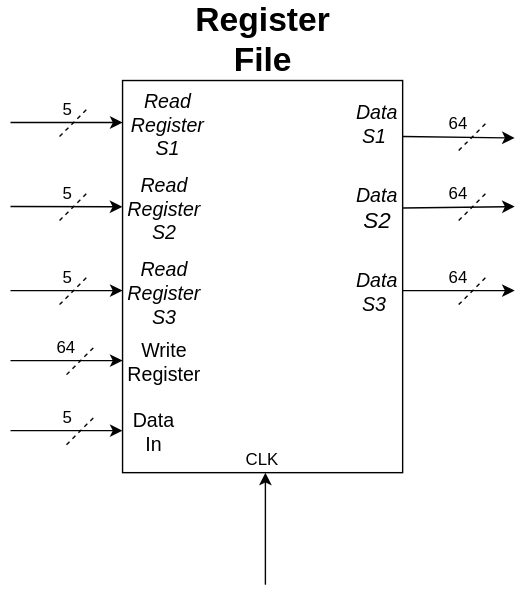
This is Block_Diagrams_Schematic/Register_File/Register_File.svg from WilmerSuarez/Multimedia_Processor_ESE345, a draw.io export, as it was before one commit. Source tidied: cells renumbered, new cells last; positions are measured from the earlier drawing's top-left corner, leaving out a move shared by most shapes. Its diagram source:
```xml
<mxGraphModel background="#ffffff">
  <root>
    <mxCell id="0" />
    <mxCell id="1" parent="0" />
    <mxCell id="2" style="rounded=0;whiteSpace=wrap;html=1;" parent="1" vertex="1">
      <mxGeometry x="80" y="40" width="200" height="280" as="geometry" />
    </mxCell>
    <mxCell id="3" value="&lt;i&gt;&lt;font style=&quot;font-size: 14px&quot;&gt;Read Register S1&lt;/font&gt;&lt;/i&gt;" style="text;html=1;strokeColor=none;fillColor=none;align=center;verticalAlign=middle;whiteSpace=wrap;rounded=0;" parent="1" vertex="1">
      <mxGeometry x="85" y="60" width="55" height="20" as="geometry" />
    </mxCell>
    <mxCell id="4" value="&lt;b&gt;&lt;font style=&quot;font-size: 24px&quot;&gt;Register File&lt;/font&gt;&lt;/b&gt;" style="text;html=1;strokeColor=none;fillColor=none;align=center;verticalAlign=middle;whiteSpace=wrap;rounded=0;" parent="1" vertex="1">
      <mxGeometry x="140" width="80" height="20" as="geometry" />
    </mxCell>
    <mxCell id="5" value="&lt;i&gt;&lt;font style=&quot;font-size: 14px&quot;&gt;Read Register S2&lt;/font&gt;&lt;/i&gt;" style="text;html=1;strokeColor=none;fillColor=none;align=center;verticalAlign=middle;whiteSpace=wrap;rounded=0;" parent="1" vertex="1">
      <mxGeometry x="80" y="120" width="60" height="20" as="geometry" />
    </mxCell>
    <mxCell id="6" value="&lt;i&gt;&lt;font style=&quot;font-size: 14px&quot;&gt;Read Register S3&lt;/font&gt;&lt;/i&gt;" style="text;html=1;strokeColor=none;fillColor=none;align=center;verticalAlign=middle;whiteSpace=wrap;rounded=0;" parent="1" vertex="1">
      <mxGeometry x="80" y="180" width="60" height="20" as="geometry" />
    </mxCell>
    <mxCell id="7" value="&lt;i&gt;&lt;font style=&quot;font-size: 14px&quot;&gt;&amp;nbsp;Data S1&lt;/font&gt;&lt;/i&gt;" style="text;html=1;strokeColor=none;fillColor=none;align=center;verticalAlign=middle;whiteSpace=wrap;rounded=0;" parent="1" vertex="1">
      <mxGeometry x="240" y="60" width="40" height="20" as="geometry" />
    </mxCell>
    <mxCell id="8" value="&lt;i&gt;&lt;font style=&quot;font-size: 14px&quot;&gt;&amp;nbsp;Data&lt;/font&gt;&lt;/i&gt;&lt;div&gt;&lt;i&gt;&lt;font size=&quot;3&quot;&gt;&amp;nbsp;S2&lt;/font&gt;&lt;/i&gt;&lt;/div&gt;" style="text;html=1;strokeColor=none;fillColor=none;align=center;verticalAlign=middle;whiteSpace=wrap;rounded=0;" parent="1" vertex="1">
      <mxGeometry x="240" y="120" width="40" height="20" as="geometry" />
    </mxCell>
    <mxCell id="9" value="&lt;i&gt;&lt;font style=&quot;font-size: 14px&quot;&gt;&amp;nbsp;Data S3&lt;/font&gt;&lt;/i&gt;" style="text;html=1;strokeColor=none;fillColor=none;align=center;verticalAlign=middle;whiteSpace=wrap;rounded=0;" parent="1" vertex="1">
      <mxGeometry x="240" y="180" width="40" height="20" as="geometry" />
    </mxCell>
    <mxCell id="10" value="&lt;font style=&quot;font-size: 14px&quot;&gt;Write Register&lt;/font&gt;" style="text;html=1;strokeColor=none;fillColor=none;align=center;verticalAlign=middle;whiteSpace=wrap;rounded=0;" parent="1" vertex="1">
      <mxGeometry x="80" y="230" width="60" height="20" as="geometry" />
    </mxCell>
    <mxCell id="11" style="edgeStyle=orthogonalEdgeStyle;rounded=0;html=1;exitX=0.5;exitY=1;entryX=0.5;entryY=1;jettySize=auto;orthogonalLoop=1;strokeColor=#030303;" parent="1" edge="1" source="2" target="2">
      <mxGeometry relative="1" as="geometry" />
    </mxCell>
    <mxCell id="12" value="&lt;font style=&quot;font-size: 14px&quot;&gt;Data In&lt;/font&gt;" style="text;html=1;strokeColor=none;fillColor=none;align=center;verticalAlign=middle;whiteSpace=wrap;rounded=0;" parent="1" vertex="1">
      <mxGeometry x="85" y="280" width="35" height="20" as="geometry" />
    </mxCell>
    <mxCell id="13" value="CLK" style="text;html=1;strokeColor=none;fillColor=none;align=center;verticalAlign=middle;whiteSpace=wrap;rounded=0;" parent="1" vertex="1">
      <mxGeometry x="160" y="300" width="40" height="20" as="geometry" />
    </mxCell>
    <mxCell id="14" style="endArrow=none;dashed=1;html=1;strokeColor=#030303;" parent="1" edge="1">
      <mxGeometry relative="1" as="geometry">
        <mxPoint x="35" y="80" as="sourcePoint" />
        <mxPoint x="55" y="60" as="targetPoint" />
      </mxGeometry>
    </mxCell>
    <mxCell id="15" value="5" style="text;html=1;strokeColor=none;fillColor=none;align=center;verticalAlign=middle;whiteSpace=wrap;rounded=0;" parent="1" vertex="1">
      <mxGeometry x="20" y="50" width="40" height="20" as="geometry" />
    </mxCell>
    <mxCell id="16" value="64" style="text;html=1;strokeColor=none;fillColor=none;align=center;verticalAlign=middle;whiteSpace=wrap;rounded=0;" parent="1" vertex="1">
      <mxGeometry x="300" y="60" width="40" height="20" as="geometry" />
    </mxCell>
    <mxCell id="17" value="64" style="text;html=1;strokeColor=none;fillColor=none;align=center;verticalAlign=middle;whiteSpace=wrap;rounded=0;" parent="1" vertex="1">
      <mxGeometry x="300" y="110" width="40" height="20" as="geometry" />
    </mxCell>
    <mxCell id="18" value="64" style="text;html=1;strokeColor=none;fillColor=none;align=center;verticalAlign=middle;whiteSpace=wrap;rounded=0;" parent="1" vertex="1">
      <mxGeometry x="300" y="170" width="40" height="20" as="geometry" />
    </mxCell>
    <mxCell id="19" style="endArrow=none;dashed=1;html=1;strokeColor=#030303;" parent="1" edge="1">
      <mxGeometry relative="1" as="geometry">
        <mxPoint x="320" y="200" as="sourcePoint" />
        <mxPoint x="340" y="180" as="targetPoint" />
      </mxGeometry>
    </mxCell>
    <mxCell id="20" style="endArrow=none;dashed=1;html=1;strokeColor=#030303;" parent="1" edge="1">
      <mxGeometry relative="1" as="geometry">
        <mxPoint x="320" y="140" as="sourcePoint" />
        <mxPoint x="340" y="120" as="targetPoint" />
      </mxGeometry>
    </mxCell>
    <mxCell id="21" style="endArrow=none;dashed=1;html=1;strokeColor=#030303;" parent="1" edge="1">
      <mxGeometry relative="1" as="geometry">
        <mxPoint x="320" y="90" as="sourcePoint" />
        <mxPoint x="340" y="70" as="targetPoint" />
      </mxGeometry>
    </mxCell>
    <mxCell id="22" style="endArrow=classic;html=1;strokeColor=#030303;" parent="1" edge="1">
      <mxGeometry relative="1" as="geometry">
        <mxPoint x="182" y="400" as="sourcePoint" />
        <mxPoint x="182" y="320" as="targetPoint" />
      </mxGeometry>
    </mxCell>
    <mxCell id="23" style="endArrow=classic;html=1;strokeColor=#030303;entryX=0;entryY=0.107;entryPerimeter=0;" parent="1" edge="1" target="2">
      <mxGeometry relative="1" as="geometry">
        <mxPoint y="70" as="sourcePoint" />
      </mxGeometry>
    </mxCell>
    <mxCell id="24" style="endArrow=none;dashed=1;html=1;strokeColor=#030303;" parent="1" edge="1">
      <mxGeometry relative="1" as="geometry">
        <mxPoint x="35" y="140" as="sourcePoint" />
        <mxPoint x="55" y="120" as="targetPoint" />
      </mxGeometry>
    </mxCell>
    <mxCell id="25" value="5" style="text;html=1;strokeColor=none;fillColor=none;align=center;verticalAlign=middle;whiteSpace=wrap;rounded=0;" parent="1" vertex="1">
      <mxGeometry x="20" y="110" width="40" height="20" as="geometry" />
    </mxCell>
    <mxCell id="26" style="endArrow=classic;html=1;strokeColor=#030303;entryX=0;entryY=0.25;" parent="1" edge="1">
      <mxGeometry relative="1" as="geometry">
        <mxPoint y="130" as="sourcePoint" />
        <mxPoint x="79.9" y="130.1" as="targetPoint" />
      </mxGeometry>
    </mxCell>
    <mxCell id="27" style="endArrow=none;dashed=1;html=1;strokeColor=#030303;" parent="1" edge="1">
      <mxGeometry relative="1" as="geometry">
        <mxPoint x="35" y="200" as="sourcePoint" />
        <mxPoint x="55" y="180" as="targetPoint" />
      </mxGeometry>
    </mxCell>
    <mxCell id="28" value="5" style="text;html=1;strokeColor=none;fillColor=none;align=center;verticalAlign=middle;whiteSpace=wrap;rounded=0;" parent="1" vertex="1">
      <mxGeometry x="20" y="170" width="40" height="20" as="geometry" />
    </mxCell>
    <mxCell id="29" style="endArrow=classic;html=1;strokeColor=#030303;entryX=0;entryY=0.5;" parent="1" edge="1" target="6">
      <mxGeometry relative="1" as="geometry">
        <mxPoint y="190" as="sourcePoint" />
      </mxGeometry>
    </mxCell>
    <mxCell id="30" value="5" style="text;html=1;strokeColor=none;fillColor=none;align=center;verticalAlign=middle;whiteSpace=wrap;rounded=0;" parent="1" vertex="1">
      <mxGeometry x="20" y="270" width="40" height="20" as="geometry" />
    </mxCell>
    <mxCell id="31" style="endArrow=classic;html=1;strokeColor=#030303;entryX=0;entryY=0.5;" parent="1" edge="1" target="10">
      <mxGeometry relative="1" as="geometry">
        <mxPoint y="240" as="sourcePoint" />
      </mxGeometry>
    </mxCell>
    <mxCell id="32" style="endArrow=classic;html=1;strokeColor=#030303;" parent="1" edge="1">
      <mxGeometry relative="1" as="geometry">
        <mxPoint y="290" as="sourcePoint" />
        <mxPoint x="80" y="290" as="targetPoint" />
      </mxGeometry>
    </mxCell>
    <mxCell id="33" style="endArrow=none;dashed=1;html=1;strokeColor=#030303;" parent="1" edge="1">
      <mxGeometry relative="1" as="geometry">
        <mxPoint x="40" y="300" as="sourcePoint" />
        <mxPoint x="60" y="280" as="targetPoint" />
      </mxGeometry>
    </mxCell>
    <mxCell id="34" value="64" style="text;html=1;strokeColor=none;fillColor=none;align=center;verticalAlign=middle;whiteSpace=wrap;rounded=0;" parent="1" vertex="1">
      <mxGeometry x="20" y="220" width="40" height="20" as="geometry" />
    </mxCell>
    <mxCell id="35" style="endArrow=none;dashed=1;html=1;strokeColor=#030303;" parent="1" edge="1">
      <mxGeometry relative="1" as="geometry">
        <mxPoint x="40" y="250" as="sourcePoint" />
        <mxPoint x="60" y="230" as="targetPoint" />
      </mxGeometry>
    </mxCell>
    <mxCell id="36" style="endArrow=classic;html=1;strokeColor=#030303;" parent="1" edge="1">
      <mxGeometry relative="1" as="geometry">
        <mxPoint x="280" y="131" as="sourcePoint" />
        <mxPoint x="360" y="130" as="targetPoint" />
      </mxGeometry>
    </mxCell>
    <mxCell id="37" style="endArrow=classic;html=1;strokeColor=#030303;" parent="1" edge="1">
      <mxGeometry relative="1" as="geometry">
        <mxPoint x="280" y="190" as="sourcePoint" />
        <mxPoint x="360" y="190" as="targetPoint" />
      </mxGeometry>
    </mxCell>
    <mxCell id="38" style="edgeStyle=none;shape=arrow;rounded=0;html=1;exitX=0.5;exitY=0;entryX=0.5;entryY=0;shadow=0;jettySize=auto;orthogonalLoop=1;strokeColor=#030303;fillColor=#000099;" parent="1" edge="1" source="7" target="7">
      <mxGeometry relative="1" as="geometry" />
    </mxCell>
    <mxCell id="39" style="endArrow=classic;html=1;shadow=0;strokeColor=#030303;fillColor=#000099;exitX=0.99;exitY=1.03;exitPerimeter=0;" parent="1" edge="1" source="7">
      <mxGeometry relative="1" as="geometry">
        <mxPoint x="360" y="81" as="targetPoint" />
      </mxGeometry>
    </mxCell>
  </root>
</mxGraphModel>
```
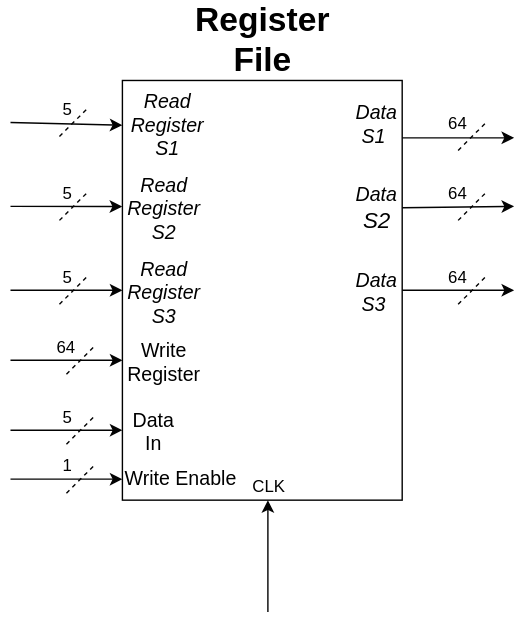
The same file after the commit.

The edit, as a diff of the source:
```diff
@@ -3,7 +3,7 @@
     <mxCell id="0" />
     <mxCell id="1" parent="0" />
     <mxCell id="2" style="rounded=0;whiteSpace=wrap;html=1;" parent="1" vertex="1">
-      <mxGeometry x="80" y="40" width="200" height="280" as="geometry" />
+      <mxGeometry x="80" y="40" width="200" height="300" as="geometry" />
     </mxCell>
     <mxCell id="3" value="&lt;i&gt;&lt;font style=&quot;font-size: 14px&quot;&gt;Read Register S1&lt;/font&gt;&lt;/i&gt;" style="text;html=1;strokeColor=none;fillColor=none;align=center;verticalAlign=middle;whiteSpace=wrap;rounded=0;" parent="1" vertex="1">
       <mxGeometry x="85" y="60" width="55" height="20" as="geometry" />
@@ -36,7 +36,7 @@
       <mxGeometry x="85" y="280" width="35" height="20" as="geometry" />
     </mxCell>
     <mxCell id="13" value="CLK" style="text;html=1;strokeColor=none;fillColor=none;align=center;verticalAlign=middle;whiteSpace=wrap;rounded=0;" parent="1" vertex="1">
-      <mxGeometry x="160" y="300" width="40" height="20" as="geometry" />
+      <mxGeometry x="165" y="320" width="40" height="20" as="geometry" />
     </mxCell>
     <mxCell id="14" style="endArrow=none;dashed=1;html=1;strokeColor=#030303;" parent="1" edge="1">
       <mxGeometry relative="1" as="geometry">
@@ -76,8 +76,8 @@
     </mxCell>
     <mxCell id="22" style="endArrow=classic;html=1;strokeColor=#030303;" parent="1" edge="1">
       <mxGeometry relative="1" as="geometry">
-        <mxPoint x="182" y="400" as="sourcePoint" />
-        <mxPoint x="182" y="320" as="targetPoint" />
+        <mxPoint x="184" y="420" as="sourcePoint" />
+        <mxPoint x="184" y="340" as="targetPoint" />
       </mxGeometry>
     </mxCell>
     <mxCell id="23" style="endArrow=classic;html=1;strokeColor=#030303;entryX=0;entryY=0.107;entryPerimeter=0;" parent="1" edge="1" target="2">
@@ -163,5 +163,23 @@
         <mxPoint x="360" y="81" as="targetPoint" />
       </mxGeometry>
     </mxCell>
+    <mxCell id="40" value="&lt;font style=&quot;font-size: 14px&quot;&gt;Write Enable&lt;/font&gt;&lt;div&gt;&lt;br&gt;&lt;/div&gt;" style="text;html=1;" parent="1" vertex="1">
+      <mxGeometry x="80" y="310" width="70" height="30" as="geometry" />
+    </mxCell>
+    <mxCell id="41" value="1" style="text;html=1;strokeColor=none;fillColor=none;align=center;verticalAlign=middle;whiteSpace=wrap;rounded=0;" parent="1" vertex="1">
+      <mxGeometry x="20" y="305" width="40" height="20" as="geometry" />
+    </mxCell>
+    <mxCell id="42" style="endArrow=classic;html=1;strokeColor=#030303;" parent="1" edge="1">
+      <mxGeometry relative="1" as="geometry">
+        <mxPoint y="325" as="sourcePoint" />
+        <mxPoint x="80" y="325" as="targetPoint" />
+      </mxGeometry>
+    </mxCell>
+    <mxCell id="43" style="endArrow=none;dashed=1;html=1;strokeColor=#030303;" parent="1" edge="1">
+      <mxGeometry relative="1" as="geometry">
+        <mxPoint x="40" y="335" as="sourcePoint" />
+        <mxPoint x="60" y="315" as="targetPoint" />
+      </mxGeometry>
+    </mxCell>
   </root>
 </mxGraphModel>
```
